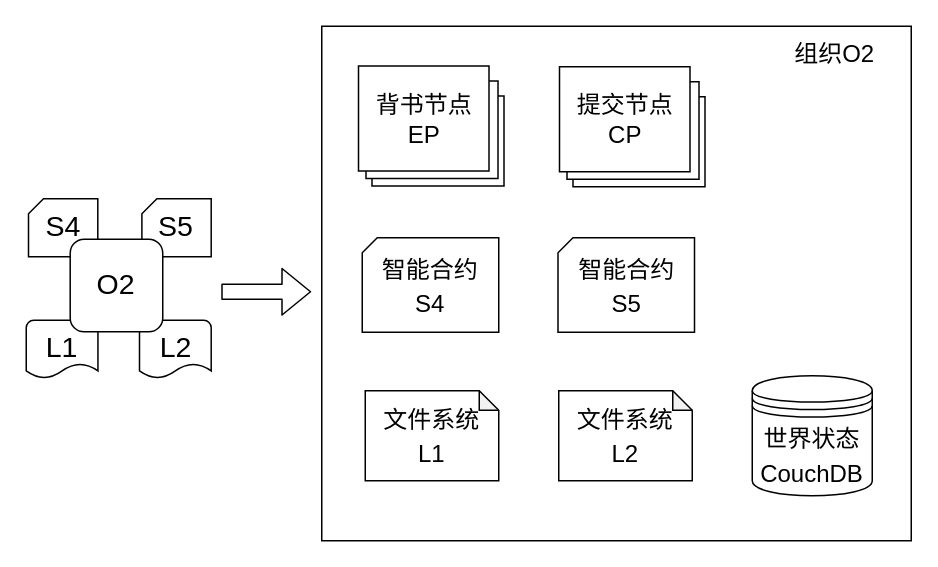
This is page "4.7" (7 of 10) of graduation/第四章.drawio from guanpengchn/draw.io, a draw.io file, before an edit. Source tidied: cells renumbered, new cells numbered last; positions are measured from the earlier drawing's top-left corner, leaving out a move shared by most shapes. Both pictures are drawn from the tidied source at 150%, with x=0, y=0 at pixel (26, 26).
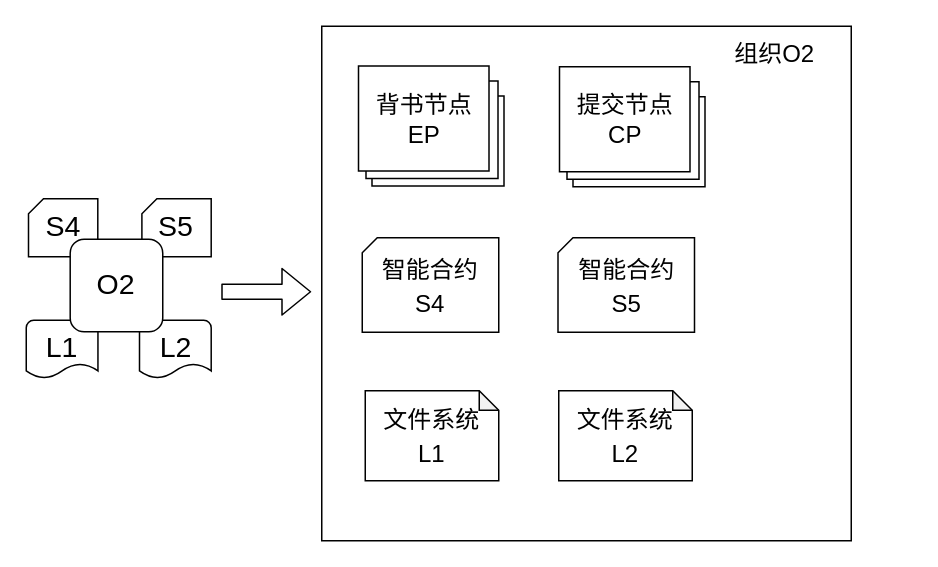
The same page after the edit.

Diff of the diagram source:
```diff
@@
     <mxCell id="7" value="&lt;font style=&quot;font-size: 16px&quot;&gt;组织O2&amp;nbsp; &amp;nbsp; &amp;nbsp;&lt;/font&gt;&lt;div style=&quot;text-align: right&quot;&gt;&lt;/div&gt;" style="rounded=0;whiteSpace=wrap;html=1;shadow=0;glass=0;comic=0;strokeWidth=1;fillColor=#ffffff;fontSize=19;align=right;labelPosition=center;verticalLabelPosition=middle;verticalAlign=top;" parent="1" vertex="1">
-      <mxGeometry x="197" width="393" height="343" as="geometry" />
+      <mxGeometry x="197" width="353" height="343" as="geometry" />
     </mxCell>
@@
-    <mxCell id="18" value="&lt;font style=&quot;font-size: 16px&quot;&gt;世界状态&lt;br&gt;CouchDB&lt;/font&gt;" style="shape=datastore;whiteSpace=wrap;html=1;rounded=0;shadow=0;glass=0;comic=0;strokeWidth=1;fillColor=#ffffff;fontSize=19;align=center;" parent="1" vertex="1">
-      <mxGeometry x="484" y="233" width="80" height="80" as="geometry" />
-    </mxCell>
```
